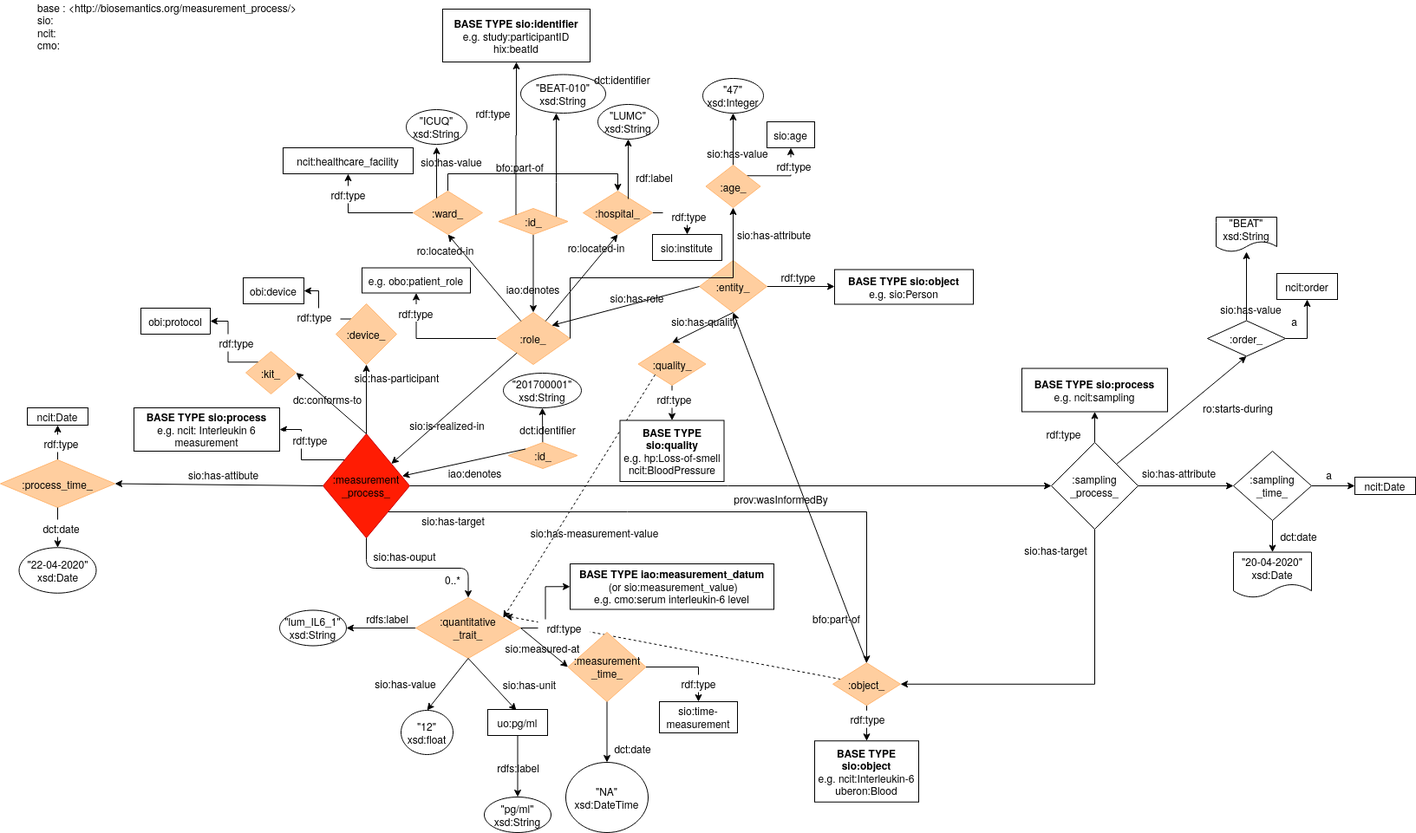
Above: fair-data-model/cytokine/cytokine_semantic_model.png in LUMC-BioSemantics/beat-covid (draw.io), before the change. Source tidied: cells renumbered, new cells last; positions are measured from the earlier drawing's top-left corner, leaving out a move shared by most shapes.
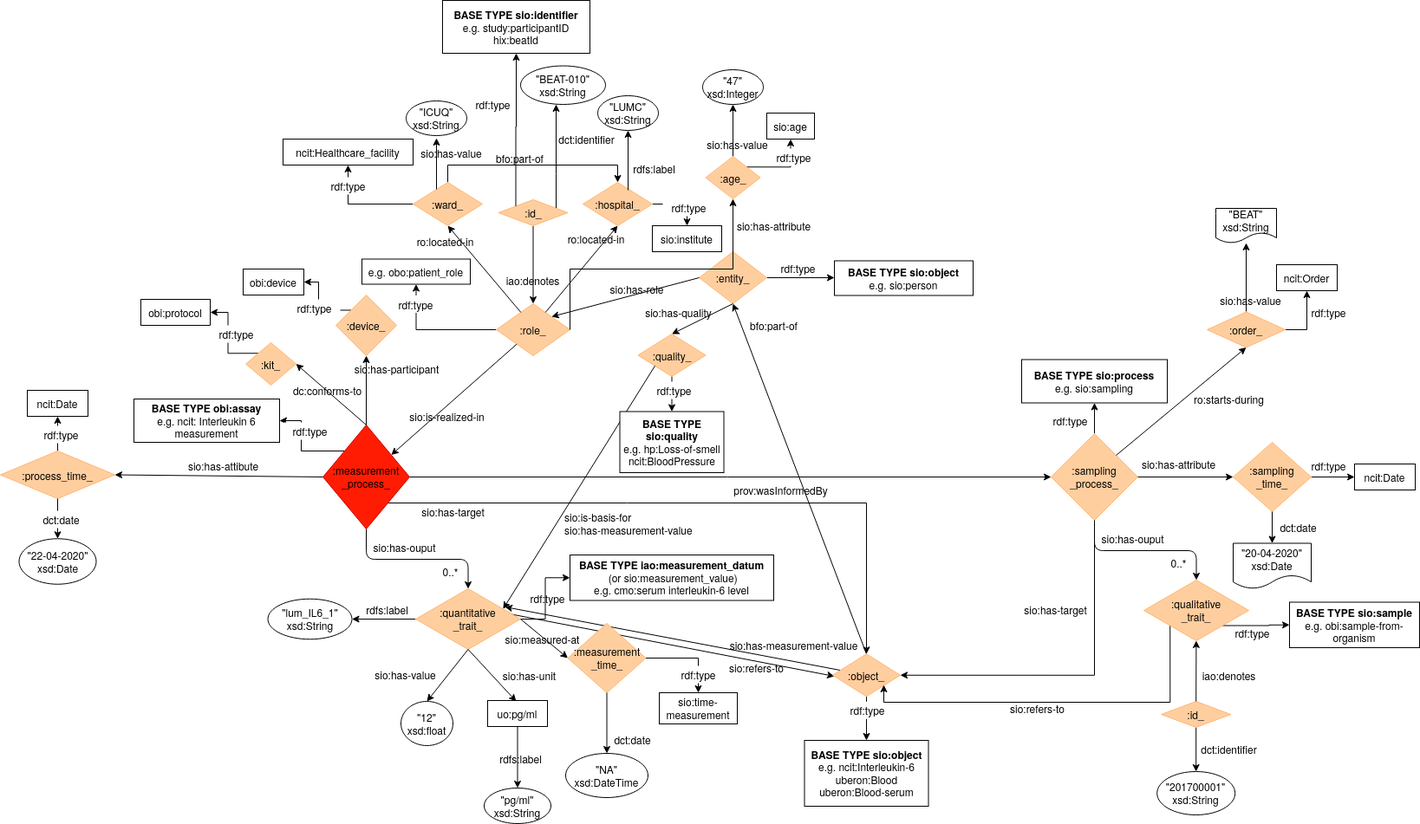
Later version of the same file.

Commit message:
updated model figure.

Change to the diagram source:
```diff
@@ -4,3 +4,18 @@
     <mxCell id="1" parent="0" />
+    <mxCell id="154" value="rdf:type" style="text;html=1;align=center;verticalAlign=middle;fillColor=#FFFFFF;" parent="1" vertex="1">
+      <mxGeometry x="1204" y="485" width="60" height="20" as="geometry" />
+    </mxCell>
+    <mxCell id="155" value="rdf:type" style="text;html=1;align=center;verticalAlign=middle;fillColor=#FFFFFF;" parent="1" vertex="1">
+      <mxGeometry x="1414" y="730.2" width="60" height="20" as="geometry" />
+    </mxCell>
+    <mxCell id="156" style="endArrow=classic;html=1;" parent="1" edge="1">
+      <mxGeometry relative="1" as="geometry">
+        <mxPoint x="587.5" y="718.1" as="sourcePoint" />
+        <mxPoint x="962" y="790" as="targetPoint" />
+      </mxGeometry>
+    </mxCell>
+    <mxCell id="130" value="rdf:type" style="text;html=1;align=center;verticalAlign=middle;fillColor=#FFFFFF;" parent="1" vertex="1">
+      <mxGeometry x="601" y="690" width="60" height="20" as="geometry" />
+    </mxCell>
-    <mxCell id="2" style="endArrow=classic;html=1;dashed=1;" parent="1" edge="1" source="145">
+    <mxCell id="2" style="endArrow=classic;html=1;" parent="1" edge="1" source="145">
       <mxGeometry relative="1" as="geometry">
@@ -72,3 +87,3 @@
     <mxCell id="21" value="&lt;div&gt;&quot;NA&quot;&lt;/div&gt;&lt;div&gt;xsd:DateTime&lt;/div&gt;" style="ellipse;whiteSpace=wrap;html=1;boundedLbl=1;" parent="1" vertex="1">
-      <mxGeometry x="652" y="879" width="95" height="81" as="geometry" />
+      <mxGeometry x="652" y="879" width="95" height="51" as="geometry" />
     </mxCell>
@@ -147,3 +162,3 @@
     </mxCell>
-    <mxCell id="45" value="&lt;div&gt;:sampling&lt;/div&gt;&lt;div&gt;_process_&lt;/div&gt;" style="rhombus;rounded=0;whiteSpace=wrap;html=1;" parent="1" vertex="1">
+    <mxCell id="45" value="&lt;div&gt;:sampling&lt;/div&gt;&lt;div&gt;_process_&lt;/div&gt;" style="rhombus;rounded=0;whiteSpace=wrap;html=1;fillColor=#FFCE9F;strokeColor=#FFB570;" parent="1" vertex="1">
       <mxGeometry x="1212" y="510" width="100" height="100" as="geometry" />
@@ -153,3 +168,3 @@
     </mxCell>
-    <mxCell id="47" value="&lt;div&gt;:sampling&lt;/div&gt;&lt;div&gt;_time_&lt;/div&gt;" style="rhombus;rounded=0;whiteSpace=wrap;html=1;" parent="1" vertex="1">
+    <mxCell id="47" value="&lt;div&gt;:sampling&lt;/div&gt;&lt;div&gt;_time_&lt;/div&gt;" style="rhombus;rounded=0;whiteSpace=wrap;html=1;fillColor=#FFCE9F;strokeColor=#FFB570;" parent="1" vertex="1">
       <mxGeometry x="1422" y="520" width="90" height="80" as="geometry" />
@@ -162,3 +177,3 @@
     </mxCell>
-    <mxCell id="50" style="endArrow=classic;html=1;exitX=0;exitY=1;exitDx=0;exitDy=0;entryX=1;entryY=0.25;entryDx=0;entryDy=0;dashed=1;" parent="1" edge="1" source="10" target="20">
+    <mxCell id="50" style="endArrow=classic;html=1;exitX=0;exitY=1;exitDx=0;exitDy=0;entryX=1;entryY=0.25;entryDx=0;entryDy=0;" parent="1" edge="1" source="10" target="20">
       <mxGeometry relative="1" as="geometry" />
@@ -192,3 +207,3 @@
     </mxCell>
-    <mxCell id="60" value=":order_" style="rhombus;rounded=0;whiteSpace=wrap;html=1;" parent="1" vertex="1">
+    <mxCell id="60" value=":order_" style="rhombus;rounded=0;whiteSpace=wrap;html=1;fillColor=#FFCE9F;strokeColor=#FFB570;" parent="1" vertex="1">
       <mxGeometry x="1392" y="369.5" width="90" height="41" as="geometry" />
@@ -239,3 +254,3 @@
     <mxCell id="73" value="&lt;div&gt;&quot;201700001&quot;&lt;/div&gt;&lt;div&gt;xsd:String&lt;/div&gt;" style="ellipse;whiteSpace=wrap;html=1;boundedLbl=1;" parent="1" vertex="1">
-      <mxGeometry x="580" y="430" width="90" height="40" as="geometry" />
+      <mxGeometry x="1334.2" y="900" width="90" height="50" as="geometry" />
     </mxCell>
@@ -245,5 +260,5 @@
     <mxCell id="75" value="0..*" style="text;html=1;strokeColor=none;fillColor=none;align=center;verticalAlign=middle;whiteSpace=wrap;rounded=0;" parent="1" vertex="1">
-      <mxGeometry x="502" y="657.5" width="40" height="20" as="geometry" />
+      <mxGeometry x="502" y="660" width="35" height="17.5" as="geometry" />
     </mxCell>
-    <mxCell id="76" value="&lt;div&gt;&lt;b&gt;BASE TYPE sio:process&lt;/b&gt;&lt;/div&gt;&lt;div&gt;e.g. ncit: Interleukin 6 measurement&lt;br&gt;&lt;/div&gt;" style="rounded=0;whiteSpace=wrap;html=1;" parent="1" vertex="1">
+    <mxCell id="76" value="&lt;div&gt;&lt;b&gt;BASE TYPE obi:assay&lt;br&gt;&lt;/b&gt;&lt;/div&gt;&lt;div&gt;e.g. ncit: Interleukin 6 measurement&lt;br&gt;&lt;/div&gt;" style="rounded=0;whiteSpace=wrap;html=1;" parent="1" vertex="1">
       <mxGeometry x="154" y="470" width="168" height="50" as="geometry" />
@@ -259,9 +274,6 @@
     </mxCell>
-    <mxCell id="80" value="&lt;div&gt;base : &amp;lt;http://biosemantics.org/measurement_process/&amp;gt;&lt;/div&gt;&lt;div align=&quot;left&quot;&gt;sio:&lt;/div&gt;&lt;div align=&quot;left&quot;&gt;ncit:&lt;/div&gt;&lt;div align=&quot;left&quot;&gt;cmo:&lt;br&gt;&lt;/div&gt;" style="text;html=1;align=center;verticalAlign=middle;" parent="1" vertex="1">
-      <mxGeometry x="12" width="360" height="60" as="geometry" />
-    </mxCell>
-    <mxCell id="81" value="&lt;div&gt;&lt;b&gt;BASE TYPE sio:object&lt;/b&gt;&lt;/div&gt;&lt;div&gt;e.g. sio:Person&lt;br&gt;&lt;/div&gt;" style="rounded=0;whiteSpace=wrap;html=1;" parent="1" vertex="1">
+    <mxCell id="81" value="&lt;div&gt;&lt;b&gt;BASE TYPE sio:object&lt;/b&gt;&lt;/div&gt;&lt;div&gt;e.g. sio:person&lt;br&gt;&lt;/div&gt;" style="rounded=0;whiteSpace=wrap;html=1;" parent="1" vertex="1">
       <mxGeometry x="962" y="310.5" width="160" height="40" as="geometry" />
     </mxCell>
-    <mxCell id="82" value="ncit:healthcare_facility" style="rounded=0;whiteSpace=wrap;html=1;" parent="1" vertex="1">
+    <mxCell id="82" value="ncit:Healthcare_facility" style="rounded=0;whiteSpace=wrap;html=1;" parent="1" vertex="1">
       <mxGeometry x="326" y="170" width="150" height="30" as="geometry" />
@@ -275,3 +287,3 @@
     <mxCell id="85" value="ncit:Date" style="rounded=0;whiteSpace=wrap;html=1;" parent="1" vertex="1">
-      <mxGeometry x="31" y="470" width="70" height="20" as="geometry" />
+      <mxGeometry x="31" y="460" width="70" height="30" as="geometry" />
     </mxCell>
@@ -284,3 +296,3 @@
     <mxCell id="88" value=":id_" style="rhombus;rounded=0;whiteSpace=wrap;html=1;fillColor=#FFCE9F;strokeColor=#FFB570;" parent="1" vertex="1">
-      <mxGeometry x="585.5" y="510" width="80" height="30" as="geometry" />
+      <mxGeometry x="1339.2" y="819" width="80" height="30" as="geometry" />
     </mxCell>
@@ -298,6 +310,6 @@
     </mxCell>
-    <mxCell id="93" value="ncit:order" style="rounded=0;whiteSpace=wrap;html=1;" parent="1" vertex="1">
+    <mxCell id="93" value="ncit:Order" style="rounded=0;whiteSpace=wrap;html=1;" parent="1" vertex="1">
       <mxGeometry x="1472" y="315" width="70" height="30" as="geometry" />
     </mxCell>
-    <mxCell id="94" value="&lt;div&gt;&lt;b&gt;BASE TYPE sio:process&lt;/b&gt;&lt;/div&gt;&lt;div&gt;e.g. ncit:sampling&lt;br&gt;&lt;/div&gt;" style="rounded=0;whiteSpace=wrap;html=1;" parent="1" vertex="1">
+    <mxCell id="94" value="&lt;div&gt;&lt;b&gt;BASE TYPE sio:process&lt;/b&gt;&lt;/div&gt;&lt;div&gt;e.g. sio:sampling&lt;br&gt;&lt;/div&gt;" style="rounded=0;whiteSpace=wrap;html=1;" parent="1" vertex="1">
       <mxGeometry x="1178" y="424.5" width="168" height="50" as="geometry" />
@@ -305,3 +317,3 @@
     <mxCell id="95" value="ncit:Date" style="rounded=0;whiteSpace=wrap;html=1;" parent="1" vertex="1">
-      <mxGeometry x="1562" y="550" width="70" height="20" as="geometry" />
+      <mxGeometry x="1562" y="545" width="70" height="30" as="geometry" />
     </mxCell>
@@ -311,3 +323,3 @@
     <mxCell id="97" value="sio:has-measurement-value" style="text;html=1;align=center;verticalAlign=middle;" parent="1" vertex="1">
-      <mxGeometry x="595" y="604" width="180" height="20" as="geometry" />
+      <mxGeometry x="825" y="744.2" width="180" height="20" as="geometry" />
     </mxCell>
@@ -320,3 +332,3 @@
     <mxCell id="100" value="rdfs:label" style="text;html=1;align=center;verticalAlign=middle;" parent="1" vertex="1">
-      <mxGeometry x="562" y="875" width="70" height="20" as="geometry" />
+      <mxGeometry x="565" y="875" width="70" height="20" as="geometry" />
     </mxCell>
@@ -347,12 +359,12 @@
     <mxCell id="109" value="iao:denotes" style="text;html=1;align=center;verticalAlign=middle;" parent="1" vertex="1">
-      <mxGeometry x="502" y="535" width="90" height="20" as="geometry" />
+      <mxGeometry x="1372" y="779" width="90" height="20" as="geometry" />
     </mxCell>
-    <mxCell id="110" value="a" style="text;html=1;align=center;verticalAlign=middle;" parent="1" vertex="1">
-      <mxGeometry x="1522" y="537" width="20" height="20" as="geometry" />
+    <mxCell id="110" value="rdf:type" style="text;html=1;align=center;verticalAlign=middle;" parent="1" vertex="1">
+      <mxGeometry x="1502" y="537" width="60" height="20" as="geometry" />
     </mxCell>
-    <mxCell id="111" value="a" style="text;html=1;align=center;verticalAlign=middle;" parent="1" vertex="1">
-      <mxGeometry x="1482" y="360" width="20" height="20" as="geometry" />
+    <mxCell id="111" value="rdf:type" style="text;html=1;align=center;verticalAlign=middle;" parent="1" vertex="1">
+      <mxGeometry x="1502" y="360" width="60" height="20" as="geometry" />
     </mxCell>
     <mxCell id="112" value="ro:starts-during" style="text;html=1;align=center;verticalAlign=middle;" parent="1" vertex="1">
-      <mxGeometry x="1372" y="460" width="110" height="20" as="geometry" />
+      <mxGeometry x="1362" y="460" width="110" height="20" as="geometry" />
     </mxCell>
@@ -368,3 +380,3 @@
     <mxCell id="116" value="dct:identifier" style="text;html=1;align=center;verticalAlign=middle;" parent="1" vertex="1">
-      <mxGeometry x="585.5" y="485" width="90" height="20" as="geometry" />
+      <mxGeometry x="1372" y="864" width="90" height="20" as="geometry" />
     </mxCell>
@@ -374,6 +386,6 @@
     <mxCell id="118" value="dct:identifier" style="text;html=1;align=center;verticalAlign=middle;" parent="1" vertex="1">
-      <mxGeometry x="672" y="81" width="90" height="20" as="geometry" />
+      <mxGeometry x="631" y="160" width="90" height="20" as="geometry" />
     </mxCell>
-    <mxCell id="119" value="rdf:label" style="text;html=1;align=center;verticalAlign=middle;" parent="1" vertex="1">
-      <mxGeometry x="719" y="194" width="70" height="20" as="geometry" />
+    <mxCell id="119" value="rdfs:label" style="text;html=1;align=center;verticalAlign=middle;" parent="1" vertex="1">
+      <mxGeometry x="724" y="194" width="60" height="20" as="geometry" />
     </mxCell>
@@ -400,3 +412,3 @@
     </mxCell>
-    <mxCell id="127" style="endArrow=classic;html=1;entryX=0.913;entryY=0.406;entryDx=0;entryDy=0;exitX=0;exitY=0;exitDx=0;exitDy=0;entryPerimeter=0;" parent="1" edge="1" source="88" target="5">
+    <mxCell id="127" style="endArrow=classic;html=1;exitX=0.5;exitY=0;exitDx=0;exitDy=0;" parent="1" edge="1" source="88" target="161">
       <mxGeometry relative="1" as="geometry" />
@@ -404,3 +416,3 @@
     <mxCell id="128" value="&lt;div&gt;&quot;lum_IL6_1&quot;&lt;/div&gt;&lt;div&gt;xsd:String&lt;/div&gt;" style="ellipse;whiteSpace=wrap;html=1;boundedLbl=1;" parent="1" vertex="1">
-      <mxGeometry x="322" y="703.5" width="77" height="41" as="geometry" />
+      <mxGeometry x="308.5" y="700.8" width="97" height="46.5" as="geometry" />
     </mxCell>
@@ -409,5 +421,2 @@
     </mxCell>
-    <mxCell id="130" value="rdf:type" style="text;html=1;align=center;verticalAlign=middle;fillColor=#FFFFFF;" parent="1" vertex="1">
-      <mxGeometry x="620" y="714" width="60" height="20" as="geometry" />
-    </mxCell>
     <mxCell id="131" value="rdf:type" style="text;html=1;align=center;verticalAlign=middle;fillColor=#FFFFFF;" parent="1" vertex="1">
@@ -446,3 +455,3 @@
     <mxCell id="142" value="sio:has-quality" style="text;html=1;align=center;verticalAlign=middle;" parent="1" vertex="1">
-      <mxGeometry x="762" y="360" width="100" height="20" as="geometry" />
+      <mxGeometry x="732" y="360" width="100" height="20" as="geometry" />
     </mxCell>
@@ -457,4 +466,4 @@
     </mxCell>
-    <mxCell id="146" value="&lt;div&gt;&lt;b&gt;BASE TYPE sio:object&lt;/b&gt;&lt;/div&gt;&lt;div&gt;e.g. ncit:Interleukin-6&lt;br&gt;&lt;/div&gt;&lt;div&gt;uberon:Blood&lt;br&gt;&lt;/div&gt;" style="rounded=0;whiteSpace=wrap;html=1;" parent="1" vertex="1">
-      <mxGeometry x="939" y="854.2" width="120" height="70.5" as="geometry" />
+    <mxCell id="146" value="&lt;div&gt;&lt;b&gt;BASE TYPE sio:object&lt;/b&gt;&lt;/div&gt;&lt;div&gt;e.g. ncit:Interleukin-6&lt;br&gt;&lt;/div&gt;&lt;div&gt;uberon:Blood&lt;br&gt;&lt;/div&gt;&lt;div&gt;uberon:Blood-serum&lt;br&gt;&lt;/div&gt;" style="rounded=0;whiteSpace=wrap;html=1;" parent="1" vertex="1">
+      <mxGeometry x="927.5" y="864" width="143" height="76" as="geometry" />
     </mxCell>
@@ -464,3 +473,3 @@
     <mxCell id="148" value="bfo:part-of" style="text;html=1;align=center;verticalAlign=middle;" parent="1" vertex="1">
-      <mxGeometry x="929" y="702.5" width="70" height="20" as="geometry" />
+      <mxGeometry x="857" y="375" width="70" height="20" as="geometry" />
     </mxCell>
@@ -473,3 +482,3 @@
     <mxCell id="151" value="sio:has-target" style="text;html=1;align=center;verticalAlign=middle;" parent="1" vertex="1">
-      <mxGeometry x="1172" y="624" width="90" height="20" as="geometry" />
+      <mxGeometry x="1172" y="702.5" width="90" height="20" as="geometry" />
     </mxCell>
@@ -486,5 +495,40 @@
     </mxCell>
-    <mxCell id="154" value="rdf:type" style="text;html=1;align=center;verticalAlign=middle;fillColor=#FFFFFF;" parent="1" vertex="1">
-      <mxGeometry x="1196" y="490" width="60" height="20" as="geometry" />
-    </mxCell>
+    <mxCell id="157" value="&lt;div align=&quot;left&quot;&gt;sio:is-basis-for&lt;/div&gt;&lt;div align=&quot;left&quot;&gt;sio:has-measurement-value&lt;/div&gt;" style="text;html=1;align=left;verticalAlign=middle;" parent="1" vertex="1">
+      <mxGeometry x="649" y="599" width="160" height="30" as="geometry" />
+    </mxCell>
+    <mxCell id="158" value="sio:refers-to" style="text;html=1;align=center;verticalAlign=middle;" parent="1" vertex="1">
+      <mxGeometry x="832" y="770" width="80" height="20" as="geometry" />
+    </mxCell>
+    <mxCell id="159" style="edgeStyle=orthogonalEdgeStyle;rounded=0;jettySize=auto;html=1;exitX=1;exitY=1;exitDx=0;exitDy=0;entryX=0;entryY=0.5;entryDx=0;entryDy=0;" parent="1" edge="1" source="161" target="165">
+      <mxGeometry relative="1" as="geometry" />
+    </mxCell>
+    <mxCell id="160" style="edgeStyle=orthogonalEdgeStyle;rounded=0;jettySize=auto;html=1;exitX=0;exitY=1;exitDx=0;exitDy=0;" parent="1" edge="1" source="161">
+      <mxGeometry relative="1" as="geometry">
+        <mxPoint x="1019" y="800" as="targetPoint" />
+        <Array as="points">
+          <mxPoint x="1349" y="820" />
+          <mxPoint x="1019" y="820" />
+        </Array>
+      </mxGeometry>
+    </mxCell>
+    <mxCell id="161" value="&lt;div&gt;:qualitative&lt;/div&gt;&lt;div&gt;_trait_&lt;/div&gt;" style="rhombus;rounded=0;whiteSpace=wrap;html=1;strokeColor=#FFB570;fillColor=#FFCE9F;" parent="1" vertex="1">
+      <mxGeometry x="1319" y="679" width="121" height="70" as="geometry" />
+    </mxCell>
+    <mxCell id="162" style="edgeStyle=elbowEdgeStyle;elbow=vertical;endArrow=classic;html=1;exitX=0.5;exitY=1;exitDx=0;exitDy=0;entryX=0.5;entryY=0;entryDx=0;entryDy=0;" parent="1" edge="1" target="161">
+      <mxGeometry relative="1" as="geometry">
+        <mxPoint x="1262" y="610" as="sourcePoint" />
+      </mxGeometry>
+    </mxCell>
+    <mxCell id="163" value="0..*" style="text;html=1;strokeColor=none;fillColor=none;align=center;verticalAlign=middle;whiteSpace=wrap;rounded=0;" parent="1" vertex="1">
+      <mxGeometry x="1342" y="650" width="35" height="17.5" as="geometry" />
+    </mxCell>
+    <mxCell id="164" value="sio:has-ouput" style="text;html=1;align=center;verticalAlign=middle;" parent="1" vertex="1">
+      <mxGeometry x="1256" y="621" width="100" height="20" as="geometry" />
+    </mxCell>
+    <mxCell id="165" value="&lt;div&gt;&lt;b&gt;BASE TYPE sio:sample&lt;/b&gt;&lt;/div&gt;&lt;div&gt;e.g. obi:sample-from-organism&lt;br&gt;&lt;/div&gt;" style="rounded=0;whiteSpace=wrap;html=1;" parent="1" vertex="1">
+      <mxGeometry x="1487" y="704.5" width="150" height="52.5" as="geometry" />
+    </mxCell>
+    <mxCell id="166" value="sio:refers-to" style="text;html=1;align=center;verticalAlign=middle;" parent="1" vertex="1">
+      <mxGeometry x="1156" y="817" width="80" height="20" as="geometry" />
+    </mxCell>
   </root>
```
